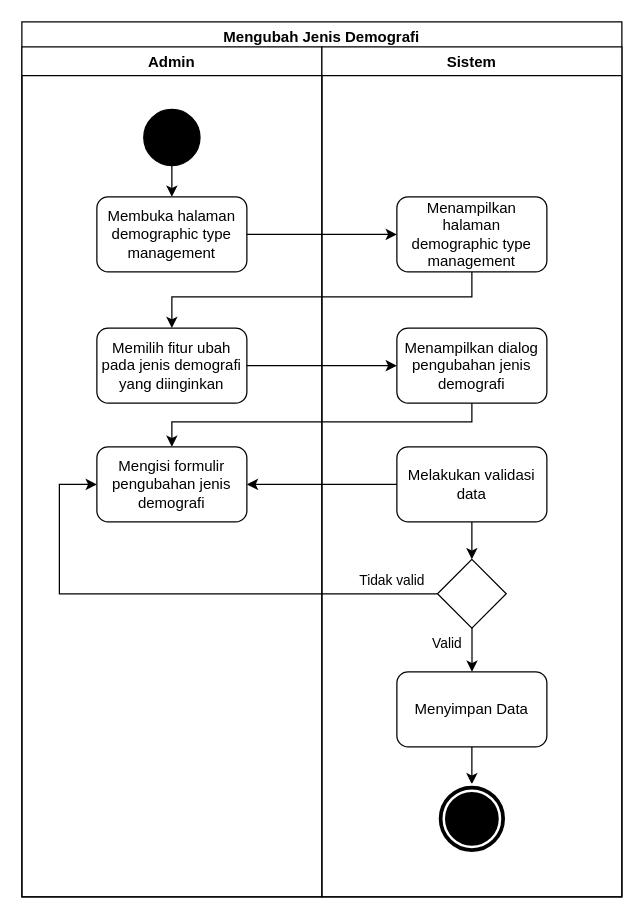
The draw.io diagram Diagram/Activity Diagram/31. mengubah jenis demografi.drawio in techie-jhs/thesis, before the edit. Source tidied: cells renumbered, new cells numbered last; positions are measured from the earlier drawing's top-left corner, leaving out a move shared by most shapes. Both pictures are drawn from the tidied source at 125%, with x=0, y=0 at pixel (21, 21).
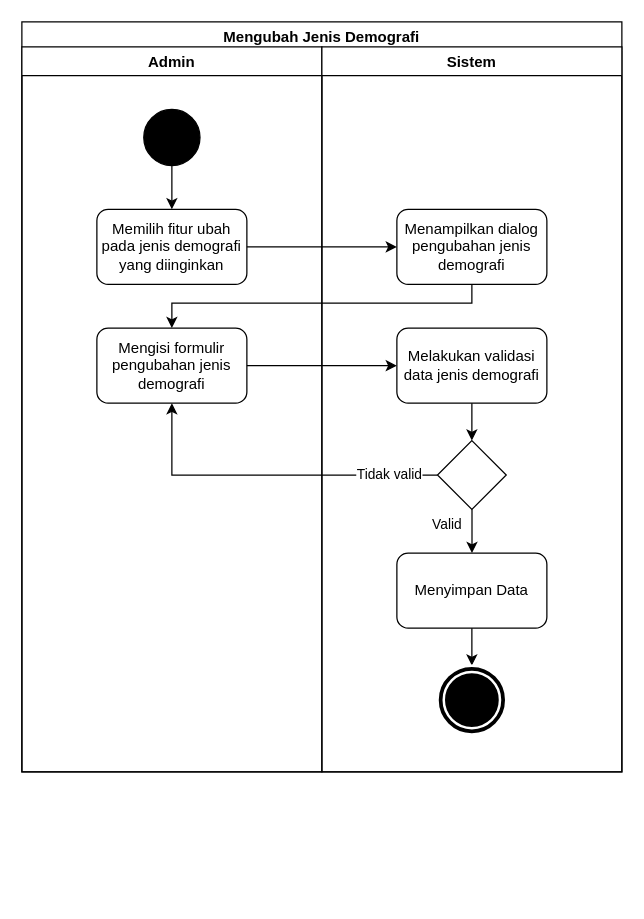
After the change.

Unchanged cells that the change refers to:
```xml
<mxCell id="5" style="ellipse;whiteSpace=wrap;html=1;fillColor=#000000;" parent="3" vertex="1">
  <mxGeometry x="97.5" y="50" width="45" height="45" as="geometry" />
</mxCell>
```

The edit, as a diff of the source:
```diff
@@
     <mxCell id="2" value="Mengubah Jenis Demografi" style="swimlane;fillColor=none;" parent="1" vertex="1">
-      <mxGeometry width="480" height="700" as="geometry" />
+      <mxGeometry width="480" height="600" as="geometry" />
     </mxCell>
     <mxCell id="3" value="Admin" style="swimlane;" parent="2" vertex="1">
-      <mxGeometry y="20" width="240" height="680" as="geometry" />
+      <mxGeometry y="20" width="240" height="580" as="geometry" />
     </mxCell>
-    <mxCell id="4" style="edgeStyle=orthogonalEdgeStyle;rounded=0;jettySize=auto;html=1;" parent="3" edge="1" source="5" target="6">
-      <mxGeometry relative="1" as="geometry" />
-    </mxCell>
+    <mxCell id="26" style="edgeStyle=orthogonalEdgeStyle;rounded=0;jettySize=auto;html=1;" parent="3" edge="1" source="5" target="7">
+      <mxGeometry relative="1" as="geometry" />
+    </mxCell>
@@
-    <mxCell id="6" value="Membuka halaman demographic type management" style="rounded=1;whiteSpace=wrap;html=1;fillColor=none;" parent="3" vertex="1">
-      <mxGeometry x="60" y="120" width="120" height="60" as="geometry" />
-    </mxCell>
     <mxCell id="7" value="Memilih fitur ubah pada jenis demografi yang diinginkan" style="rounded=1;whiteSpace=wrap;html=1;fillColor=none;" parent="3" vertex="1">
-      <mxGeometry x="60" y="225" width="120" height="60" as="geometry" />
+      <mxGeometry x="60" y="130" width="120" height="60" as="geometry" />
     </mxCell>
     <mxCell id="8" value="Sistem" style="swimlane;" parent="2" vertex="1">
-      <mxGeometry x="240" y="20" width="240" height="680" as="geometry" />
+      <mxGeometry x="240" y="20" width="240" height="580" as="geometry" />
     </mxCell>
-    <mxCell id="9" value="Menampilkan halaman demographic type management" style="rounded=1;whiteSpace=wrap;html=1;fillColor=none;" parent="8" vertex="1">
-      <mxGeometry x="60" y="120" width="120" height="60" as="geometry" />
-    </mxCell>
     <mxCell id="10" style="edgeStyle=orthogonalEdgeStyle;rounded=0;jettySize=auto;html=1;" parent="8" edge="1" source="11" target="12">
       <mxGeometry relative="1" as="geometry">
         <Array as="points">
-          <mxPoint x="120" y="300" />
-          <mxPoint x="-120" y="300" />
+          <mxPoint x="120" y="205" />
+          <mxPoint x="-120" y="205" />
         </Array>
       </mxGeometry>
     </mxCell>
     <mxCell id="11" value="Menampilkan dialog pengubahan jenis demografi" style="rounded=1;whiteSpace=wrap;html=1;fillColor=none;" parent="8" vertex="1">
-      <mxGeometry x="60" y="225" width="120" height="60" as="geometry" />
+      <mxGeometry x="60" y="130" width="120" height="60" as="geometry" />
     </mxCell>
+    <mxCell id="27" style="edgeStyle=orthogonalEdgeStyle;rounded=0;jettySize=auto;html=1;" parent="8" edge="1" source="12" target="14">
+      <mxGeometry relative="1" as="geometry" />
+    </mxCell>
     <mxCell id="12" value="&lt;span&gt;Mengisi formulir pengubahan jenis demografi&lt;/span&gt;" style="rounded=1;whiteSpace=wrap;html=1;fillColor=none;" parent="8" vertex="1">
-      <mxGeometry x="-180" y="320" width="120" height="60" as="geometry" />
+      <mxGeometry x="-180" y="225" width="120" height="60" as="geometry" />
     </mxCell>
-    <mxCell id="13" style="edgeStyle=orthogonalEdgeStyle;rounded=0;jettySize=auto;html=1;entryX=1;entryY=0.5;entryDx=0;entryDy=0;" parent="8" edge="1" source="14" target="12">
-      <mxGeometry relative="1" as="geometry" />
-    </mxCell>
-    <mxCell id="14" value="Melakukan validasi data" style="rounded=1;whiteSpace=wrap;html=1;fillColor=none;" parent="8" vertex="1">
-      <mxGeometry x="60" y="320" width="120" height="60" as="geometry" />
+    <mxCell id="14" value="Melakukan validasi data jenis demografi" style="rounded=1;whiteSpace=wrap;html=1;fillColor=none;" parent="8" vertex="1">
+      <mxGeometry x="60" y="225" width="120" height="60" as="geometry" />
     </mxCell>
     <mxCell id="15" value="Valid" style="edgeStyle=orthogonalEdgeStyle;rounded=0;orthogonalLoop=1;jettySize=auto;html=1;" parent="8" edge="1">
       <mxGeometry x="-0.33" y="-20" relative="1" as="geometry">
-        <mxPoint x="120.1" y="464.9" as="sourcePoint" />
-        <mxPoint x="120.1" y="500" as="targetPoint" />
+        <mxPoint x="120.1" y="369.9" as="sourcePoint" />
+        <mxPoint x="120.1" y="405" as="targetPoint" />
       </mxGeometry>
     </mxCell>
+    <mxCell id="20" style="edgeStyle=orthogonalEdgeStyle;rounded=0;jettySize=auto;html=1;entryX=0.5;entryY=1;entryDx=0;entryDy=0;" parent="8" edge="1" source="16" target="12">
+      <mxGeometry relative="1" as="geometry" />
+    </mxCell>
+    <mxCell id="21" value="Tidak valid" style="edgeLabel;html=1;align=center;verticalAlign=middle;" parent="20" vertex="1">
+      <mxGeometry x="-0.75" y="-1" relative="1" as="geometry">
+        <mxPoint x="-5" as="offset" />
+      </mxGeometry>
+    </mxCell>
     <mxCell id="16" style="rhombus;whiteSpace=wrap;html=1;fillColor=none;" parent="8" vertex="1">
-      <mxGeometry x="92.5" y="410" width="55" height="55" as="geometry" />
+      <mxGeometry x="92.5" y="315" width="55" height="55" as="geometry" />
     </mxCell>
@@
     <mxCell id="18" value="Menyimpan Data" style="rounded=1;whiteSpace=wrap;html=1;fillColor=none;" parent="8" vertex="1">
-      <mxGeometry x="60" y="500" width="120" height="60" as="geometry" />
+      <mxGeometry x="60" y="405" width="120" height="60" as="geometry" />
     </mxCell>
@@
-    <mxCell id="20" style="edgeStyle=orthogonalEdgeStyle;rounded=0;jettySize=auto;html=1;entryX=0;entryY=0.5;entryDx=0;entryDy=0;exitX=0;exitY=0.5;exitDx=0;exitDy=0;" parent="8" edge="1" source="16" target="12">
-      <mxGeometry relative="1" as="geometry">
-        <Array as="points">
-          <mxPoint x="-210" y="438" />
-          <mxPoint x="-210" y="350" />
-        </Array>
-      </mxGeometry>
-    </mxCell>
-    <mxCell id="21" value="Tidak valid" style="edgeLabel;html=1;align=center;verticalAlign=middle;" parent="20" vertex="1">
-      <mxGeometry x="-0.82" y="-2" relative="1" as="geometry">
-        <mxPoint x="1" y="-9" as="offset" />
-      </mxGeometry>
-    </mxCell>
     <mxCell id="22" style="ellipse;shape=doubleEllipse;whiteSpace=wrap;html=1;fillColor=#000000;strokeColor=#FFFFFF;strokeWidth=2;" parent="8" vertex="1">
-      <mxGeometry x="92.5" y="590" width="55" height="55" as="geometry" />
+      <mxGeometry x="92.5" y="495" width="55" height="55" as="geometry" />
     </mxCell>
-    <mxCell id="23" style="edgeStyle=orthogonalEdgeStyle;rounded=0;jettySize=auto;html=1;" parent="2" edge="1" source="6" target="9">
-      <mxGeometry relative="1" as="geometry" />
-    </mxCell>
-    <mxCell id="24" style="edgeStyle=orthogonalEdgeStyle;rounded=0;jettySize=auto;html=1;" parent="2" edge="1" source="9" target="7">
-      <mxGeometry relative="1" as="geometry">
-        <Array as="points">
-          <mxPoint x="360" y="220" />
-          <mxPoint x="120" y="220" />
-        </Array>
-      </mxGeometry>
-    </mxCell>
```
